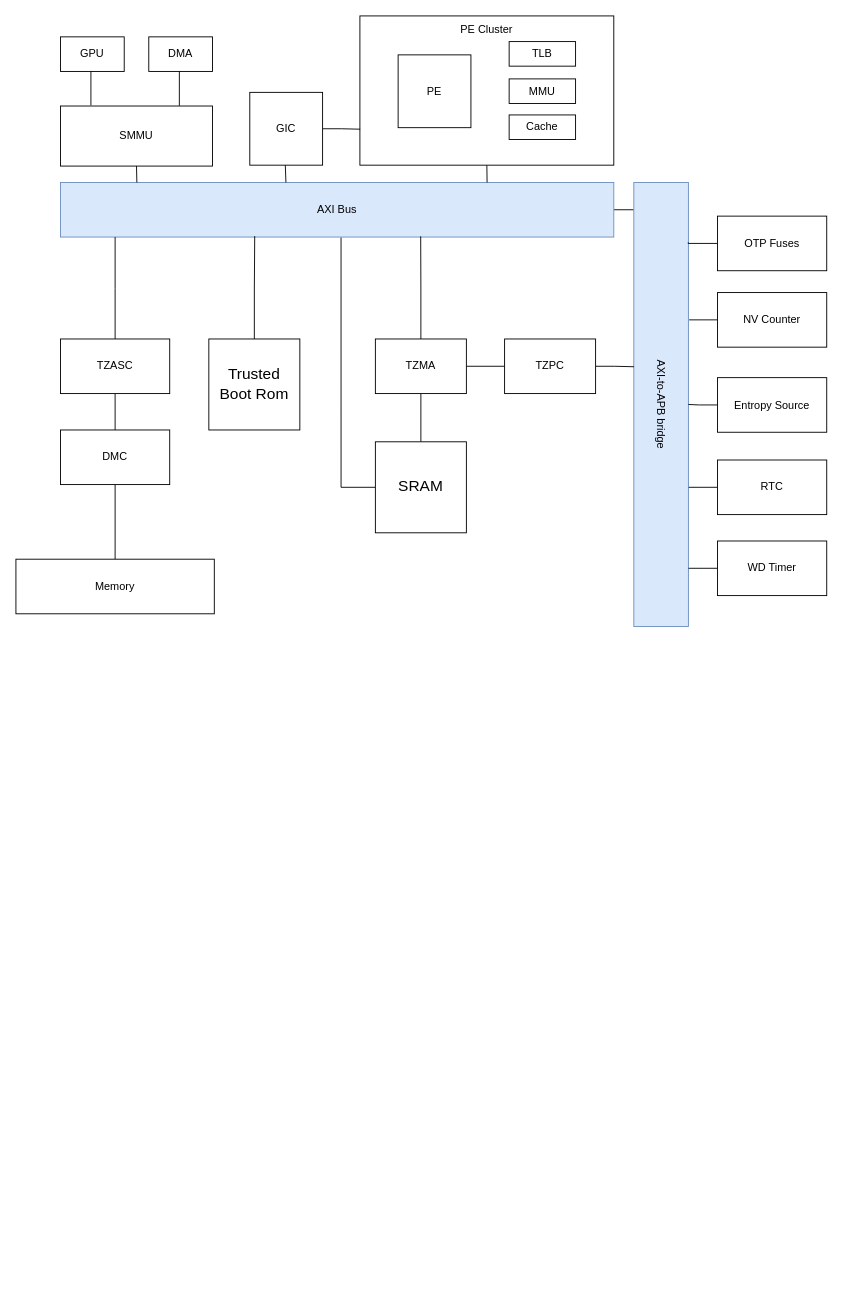
The draw.io diagram p3.drawio in EdisonE3/vue_learn, before the edit. Source tidied: cells renumbered, new cells numbered last; positions are measured from the earlier drawing's top-left corner, leaving out a move shared by most shapes. Both pictures are drawn from the tidied source at 91%, with x=0, y=0 at pixel (15, 15).
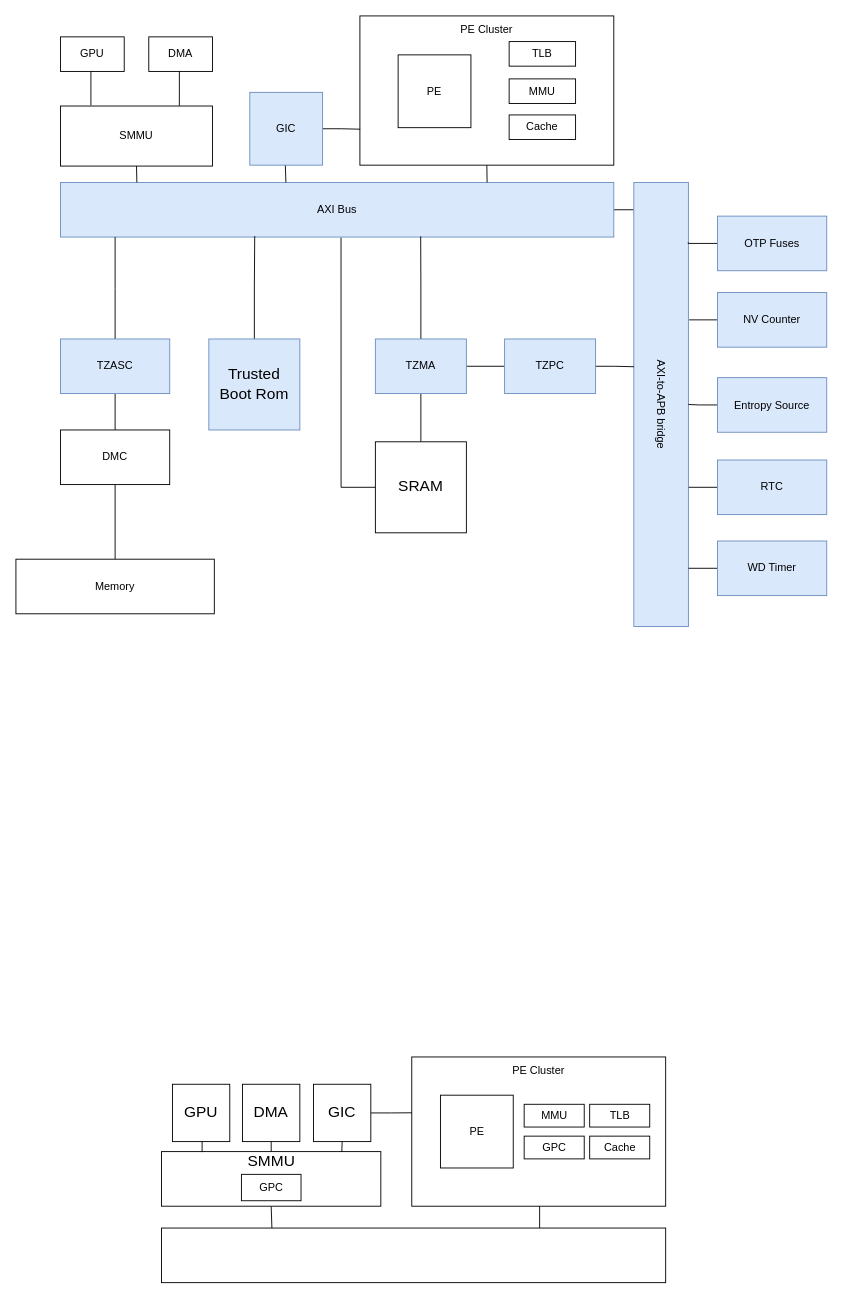
The same diagram, later.

The edit, as a diff of the source:
```diff
@@
-    <mxCell id="8" value="GIC" style="whiteSpace=wrap;html=1;" parent="1" vertex="1">
+    <mxCell id="8" value="GIC" style="whiteSpace=wrap;html=1;fillColor=#dae8fc;strokeColor=#6c8ebf;" parent="1" vertex="1">
       <mxGeometry x="257" y="84" width="80" height="80" as="geometry" />
     </mxCell>
@@
-    <mxCell id="26" value="TZASC" style="rounded=0;whiteSpace=wrap;html=1;" parent="1" vertex="1">
+    <mxCell id="26" value="TZASC" style="rounded=0;whiteSpace=wrap;html=1;fillColor=#dae8fc;strokeColor=#6c8ebf;" parent="1" vertex="1">
       <mxGeometry x="49" y="355" width="120" height="60" as="geometry" />
     </mxCell>
@@
-    <mxCell id="31" value="OTP Fuses" style="rounded=0;whiteSpace=wrap;html=1;" parent="1" vertex="1">
+    <mxCell id="31" value="OTP Fuses" style="rounded=0;whiteSpace=wrap;html=1;fillColor=#dae8fc;strokeColor=#6c8ebf;" parent="1" vertex="1">
       <mxGeometry x="771" y="220" width="120" height="60" as="geometry" />
     </mxCell>
@@
-    <mxCell id="33" value="NV Counter" style="rounded=0;whiteSpace=wrap;html=1;" parent="1" vertex="1">
+    <mxCell id="33" value="NV Counter" style="rounded=0;whiteSpace=wrap;html=1;fillColor=#dae8fc;strokeColor=#6c8ebf;" parent="1" vertex="1">
       <mxGeometry x="771" y="304" width="120" height="60" as="geometry" />
     </mxCell>
@@
-    <mxCell id="35" value="Entropy Source" style="rounded=0;whiteSpace=wrap;html=1;" parent="1" vertex="1">
+    <mxCell id="35" value="Entropy Source" style="rounded=0;whiteSpace=wrap;html=1;fillColor=#dae8fc;strokeColor=#6c8ebf;" parent="1" vertex="1">
       <mxGeometry x="771" y="397.5" width="120" height="60" as="geometry" />
     </mxCell>
@@
-    <mxCell id="37" value="RTC" style="rounded=0;whiteSpace=wrap;html=1;" parent="1" vertex="1">
+    <mxCell id="37" value="RTC" style="rounded=0;whiteSpace=wrap;html=1;fillColor=#dae8fc;strokeColor=#6c8ebf;" parent="1" vertex="1">
       <mxGeometry x="771" y="488" width="120" height="60" as="geometry" />
     </mxCell>
@@
-    <mxCell id="39" value="WD Timer" style="rounded=0;whiteSpace=wrap;html=1;" parent="1" vertex="1">
+    <mxCell id="39" value="WD Timer" style="rounded=0;whiteSpace=wrap;html=1;fillColor=#dae8fc;strokeColor=#6c8ebf;" parent="1" vertex="1">
       <mxGeometry x="771" y="577" width="120" height="60" as="geometry" />
     </mxCell>
@@
-    <mxCell id="43" value="TZMA" style="rounded=0;whiteSpace=wrap;html=1;" parent="1" vertex="1">
+    <mxCell id="43" value="TZMA" style="rounded=0;whiteSpace=wrap;html=1;fillColor=#dae8fc;strokeColor=#6c8ebf;" parent="1" vertex="1">
       <mxGeometry x="395" y="355" width="100" height="60" as="geometry" />
     </mxCell>
@@
-    <mxCell id="45" value="TZPC" style="rounded=0;whiteSpace=wrap;html=1;" parent="1" vertex="1">
+    <mxCell id="45" value="TZPC" style="rounded=0;whiteSpace=wrap;html=1;fillColor=#dae8fc;strokeColor=#6c8ebf;" parent="1" vertex="1">
       <mxGeometry x="537" y="355" width="100" height="60" as="geometry" />
     </mxCell>
@@
-    <mxCell id="49" value="&lt;font style=&quot;font-size: 17px;&quot;&gt;Trusted &lt;br&gt;Boot Rom&lt;/font&gt;" style="whiteSpace=wrap;html=1;" parent="1" vertex="1">
+    <mxCell id="49" value="&lt;font style=&quot;font-size: 17px;&quot;&gt;Trusted &lt;br&gt;Boot Rom&lt;/font&gt;" style="whiteSpace=wrap;html=1;fillColor=#dae8fc;strokeColor=#6c8ebf;" parent="1" vertex="1">
       <mxGeometry x="212" y="355" width="100" height="100" as="geometry" />
     </mxCell>
+    <mxCell id="50" style="edgeStyle=orthogonalEdgeStyle;rounded=0;jettySize=auto;html=1;exitX=0.5;exitY=1;exitDx=0;exitDy=0;entryX=0.219;entryY=0.009;entryDx=0;entryDy=0;entryPerimeter=0;fontSize=17;endArrow=none;endFill=0;" parent="1" edge="1" source="51" target="69">
+      <mxGeometry relative="1" as="geometry" />
+    </mxCell>
+    <mxCell id="51" style="rounded=0;whiteSpace=wrap;html=1;fontSize=17;" parent="1" vertex="1">
+      <mxGeometry x="160" y="1248" width="241" height="60" as="geometry" />
+    </mxCell>
+    <mxCell id="52" style="edgeStyle=orthogonalEdgeStyle;rounded=0;jettySize=auto;html=1;exitX=0.5;exitY=1;exitDx=0;exitDy=0;entryX=0.75;entryY=0;entryDx=0;entryDy=0;fontSize=17;endArrow=none;endFill=0;" parent="1" edge="1" source="53" target="69">
+      <mxGeometry relative="1" as="geometry" />
+    </mxCell>
+    <mxCell id="53" style="rounded=0;whiteSpace=wrap;html=1;" parent="1" vertex="1">
+      <mxGeometry x="435" y="1144" width="279" height="164" as="geometry" />
+    </mxCell>
+    <mxCell id="54" value="PE" style="whiteSpace=wrap;html=1;" parent="1" vertex="1">
+      <mxGeometry x="466.5" y="1186" width="80" height="80" as="geometry" />
+    </mxCell>
+    <mxCell id="55" value="MMU" style="rounded=0;whiteSpace=wrap;html=1;" parent="1" vertex="1">
+      <mxGeometry x="558.5" y="1196" width="66" height="25" as="geometry" />
+    </mxCell>
+    <mxCell id="56" value="PE Cluster" style="text;html=1;strokeColor=none;fillColor=none;align=center;verticalAlign=middle;whiteSpace=wrap;rounded=0;" parent="1" vertex="1">
+      <mxGeometry x="531" y="1144" width="87" height="30" as="geometry" />
+    </mxCell>
+    <mxCell id="57" value="TLB" style="rounded=0;whiteSpace=wrap;html=1;" parent="1" vertex="1">
+      <mxGeometry x="630.5" y="1196" width="66" height="25" as="geometry" />
+    </mxCell>
+    <mxCell id="58" value="GPC" style="rounded=0;whiteSpace=wrap;html=1;" parent="1" vertex="1">
+      <mxGeometry x="558.5" y="1231" width="66" height="25" as="geometry" />
+    </mxCell>
+    <mxCell id="59" value="Cache" style="rounded=0;whiteSpace=wrap;html=1;" parent="1" vertex="1">
+      <mxGeometry x="630.5" y="1231" width="66" height="25" as="geometry" />
+    </mxCell>
+    <mxCell id="60" value="GPC" style="rounded=0;whiteSpace=wrap;html=1;" parent="1" vertex="1">
+      <mxGeometry x="247.8" y="1273" width="65.5" height="29" as="geometry" />
+    </mxCell>
+    <mxCell id="61" value="SMMU" style="text;html=1;strokeColor=none;fillColor=none;align=center;verticalAlign=middle;whiteSpace=wrap;rounded=0;fontSize=17;" parent="1" vertex="1">
+      <mxGeometry x="240.8" y="1248" width="79.5" height="21" as="geometry" />
+    </mxCell>
+    <mxCell id="62" style="edgeStyle=orthogonalEdgeStyle;rounded=0;jettySize=auto;html=1;exitX=0.5;exitY=1;exitDx=0;exitDy=0;entryX=0.185;entryY=0.01;entryDx=0;entryDy=0;entryPerimeter=0;fontSize=17;endArrow=none;endFill=0;" parent="1" edge="1" source="63" target="51">
+      <mxGeometry relative="1" as="geometry" />
+    </mxCell>
+    <mxCell id="63" value="GPU" style="whiteSpace=wrap;html=1;fontSize=17;" parent="1" vertex="1">
+      <mxGeometry x="172" y="1174" width="63" height="63" as="geometry" />
+    </mxCell>
+    <mxCell id="64" style="edgeStyle=orthogonalEdgeStyle;rounded=0;jettySize=auto;html=1;exitX=0.5;exitY=1;exitDx=0;exitDy=0;entryX=0.5;entryY=0;entryDx=0;entryDy=0;fontSize=17;endArrow=none;endFill=0;" parent="1" edge="1" source="65" target="61">
+      <mxGeometry relative="1" as="geometry" />
+    </mxCell>
+    <mxCell id="65" value="DMA" style="whiteSpace=wrap;html=1;fontSize=17;" parent="1" vertex="1">
+      <mxGeometry x="249" y="1174" width="63" height="63" as="geometry" />
+    </mxCell>
+    <mxCell id="66" style="edgeStyle=orthogonalEdgeStyle;rounded=0;jettySize=auto;html=1;exitX=1;exitY=0.5;exitDx=0;exitDy=0;entryX=0;entryY=0.374;entryDx=0;entryDy=0;entryPerimeter=0;fontSize=17;endArrow=none;endFill=0;" parent="1" edge="1" source="68" target="53">
+      <mxGeometry relative="1" as="geometry" />
+    </mxCell>
+    <mxCell id="67" style="edgeStyle=orthogonalEdgeStyle;rounded=0;jettySize=auto;html=1;exitX=0.5;exitY=1;exitDx=0;exitDy=0;entryX=0.822;entryY=0.006;entryDx=0;entryDy=0;entryPerimeter=0;fontSize=17;endArrow=none;endFill=0;" parent="1" edge="1" source="68" target="51">
+      <mxGeometry relative="1" as="geometry" />
+    </mxCell>
+    <mxCell id="68" value="GIC" style="whiteSpace=wrap;html=1;fontSize=17;" parent="1" vertex="1">
+      <mxGeometry x="327" y="1174" width="63" height="63" as="geometry" />
+    </mxCell>
+    <mxCell id="69" style="rounded=0;whiteSpace=wrap;html=1;fontSize=17;" parent="1" vertex="1">
+      <mxGeometry x="160" y="1332" width="554" height="60" as="geometry" />
+    </mxCell>
```
